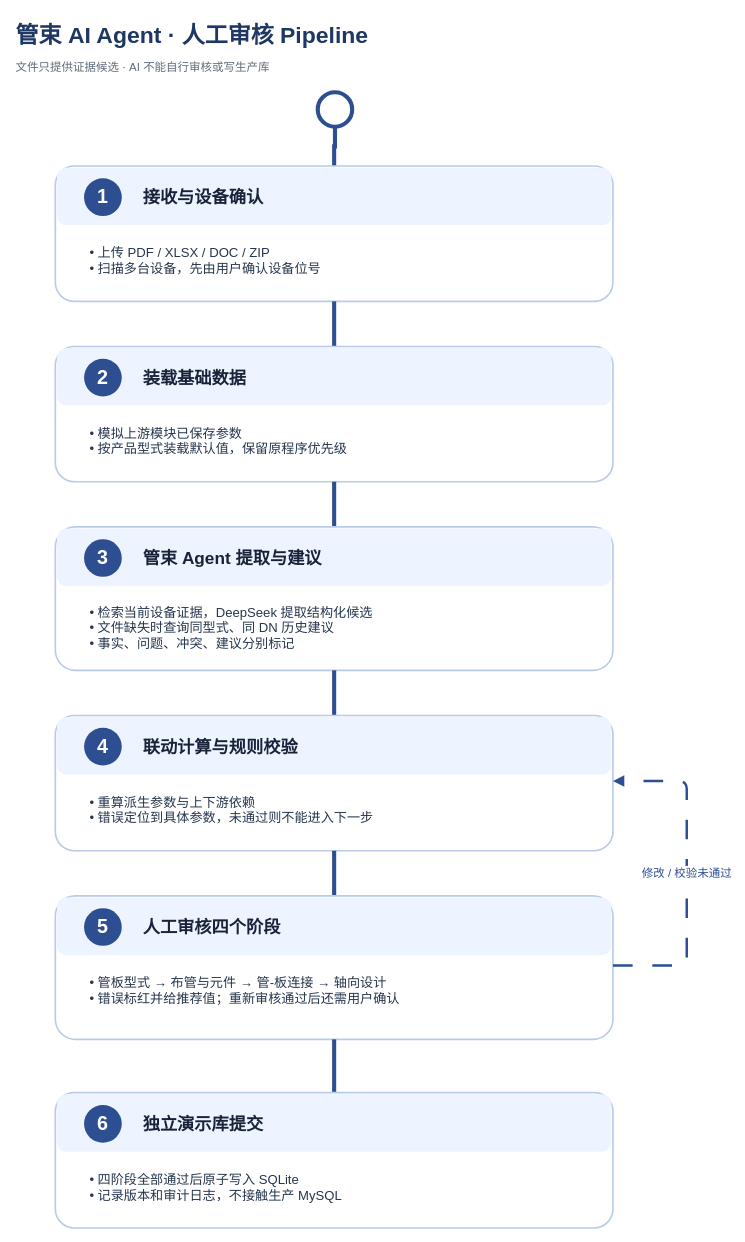
The draw.io diagram page "1-总体Pipeline" (1 of 3) of docs/管束AI审核流-Pipeline.drawio in coconutwatersysdmg/DongLanpec-Agent-Demo, before the edit. Source tidied: cells renumbered, new cells numbered last; positions are measured from the earlier drawing's top-left corner, leaving out a move shared by most shapes. Both pictures are drawn from the tidied source at 82%, with x=0, y=0 at pixel (14, 14).
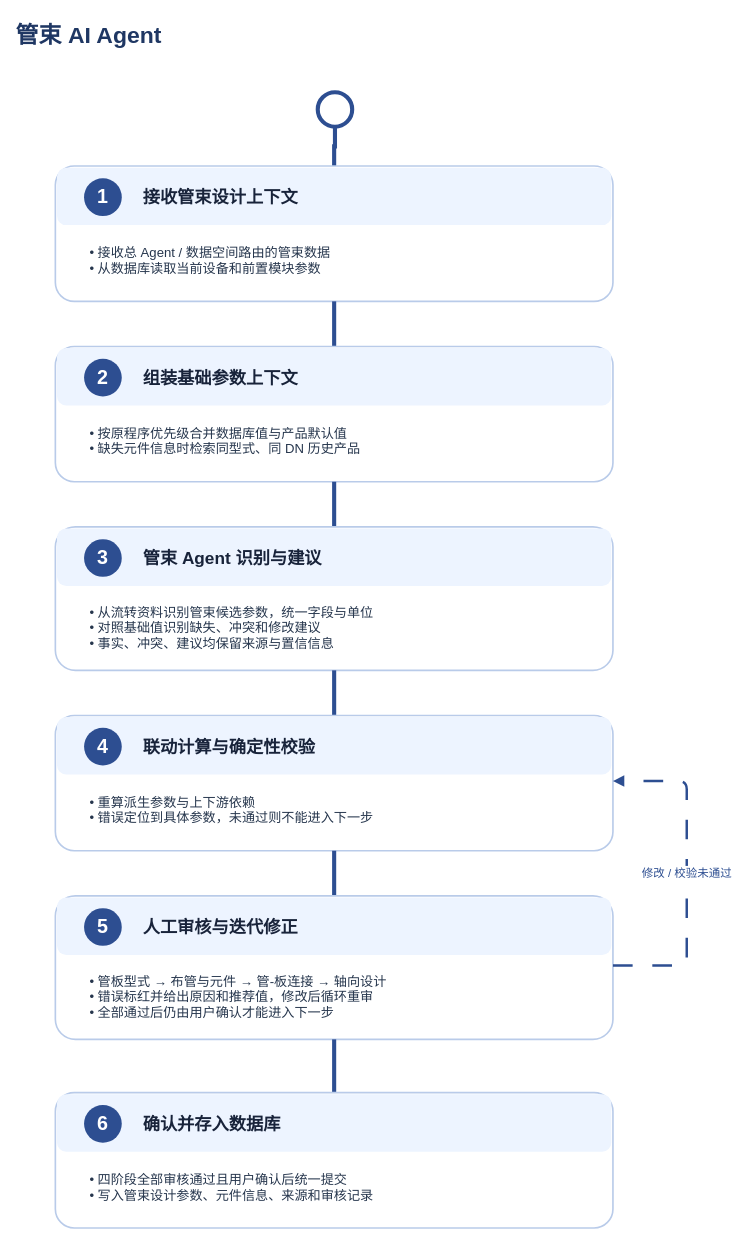
The same page after the edit.

Commit message (it also covers changes not shown here):
docs: revise formal tube-bundle agent pipeline

The edit, as a diff of the source:
```diff
@@
-    <mxCell id="2" value="管束 AI Agent · 人工审核 Pipeline" style="text;html=1;align=left;verticalAlign=middle;fontSize=28;fontStyle=1;fontColor=#1F3763;" parent="1" vertex="1">
+    <mxCell id="2" value="管束 AI Agent" style="text;html=1;align=left;verticalAlign=middle;fontSize=28;fontStyle=1;fontColor=#1F3763;" parent="1" vertex="1">
       <mxGeometry width="720" height="50" as="geometry" />
     </mxCell>
-    <mxCell id="3" value="文件只提供证据候选 · AI 不能自行审核或写生产库" style="text;html=1;align=left;verticalAlign=middle;fontSize=14;fontColor=#5E6B7A;" parent="1" vertex="1">
-      <mxGeometry y="50" width="650" height="30" as="geometry" />
-    </mxCell>
@@
-    <mxCell id="9" value="接收与设备确认" style="text;html=1;align=left;verticalAlign=middle;fontSize=21;fontStyle=1;fontColor=#18233A;" parent="1" vertex="1">
+    <mxCell id="9" value="接收管束设计上下文" style="text;html=1;align=left;verticalAlign=middle;fontSize=21;fontStyle=1;fontColor=#18233A;" parent="1" vertex="1">
       <mxGeometry x="155" y="200" width="360" height="45" as="geometry" />
     </mxCell>
-    <mxCell id="10" value="• 上传 PDF / XLSX / DOC / ZIP&#10;• 扫描多台设备，先由用户确认设备位号" style="text;html=1;align=left;verticalAlign=top;fontSize=16;fontColor=#26364D;spacingTop=10;" parent="1" vertex="1">
+    <mxCell id="10" value="• 接收总 Agent / 数据空间路由的管束数据&#10;• 从数据库读取当前设备和前置模块参数" style="text;html=1;align=left;verticalAlign=top;fontSize=16;fontColor=#26364D;spacingTop=10;" parent="1" vertex="1">
       <mxGeometry x="90" y="265" width="585" height="72" as="geometry" />
     </mxCell>
@@
-    <mxCell id="15" value="装载基础数据" style="text;html=1;align=left;verticalAlign=middle;fontSize=21;fontStyle=1;fontColor=#18233A;" parent="1" vertex="1">
+    <mxCell id="15" value="组装基础参数上下文" style="text;html=1;align=left;verticalAlign=middle;fontSize=21;fontStyle=1;fontColor=#18233A;" parent="1" vertex="1">
       <mxGeometry x="155" y="420" width="360" height="45" as="geometry" />
     </mxCell>
-    <mxCell id="16" value="• 模拟上游模块已保存参数&#10;• 按产品型式装载默认值，保留原程序优先级" style="text;html=1;align=left;verticalAlign=top;fontSize=16;fontColor=#26364D;spacingTop=10;" parent="1" vertex="1">
+    <mxCell id="16" value="• 按原程序优先级合并数据库值与产品默认值&#10;• 缺失元件信息时检索同型式、同 DN 历史产品" style="text;html=1;align=left;verticalAlign=top;fontSize=16;fontColor=#26364D;spacingTop=10;" parent="1" vertex="1">
       <mxGeometry x="90" y="485" width="585" height="72" as="geometry" />
     </mxCell>
@@
-    <mxCell id="21" value="管束 Agent 提取与建议" style="text;html=1;align=left;verticalAlign=middle;fontSize=21;fontStyle=1;fontColor=#18233A;" parent="1" vertex="1">
+    <mxCell id="21" value="管束 Agent 识别与建议" style="text;html=1;align=left;verticalAlign=middle;fontSize=21;fontStyle=1;fontColor=#18233A;" parent="1" vertex="1">
       <mxGeometry x="155" y="640" width="420" height="45" as="geometry" />
     </mxCell>
-    <mxCell id="22" value="• 检索当前设备证据，DeepSeek 提取结构化候选&#10;• 文件缺失时查询同型式、同 DN 历史建议&#10;• 事实、问题、冲突、建议分别标记" style="text;html=1;align=left;verticalAlign=top;fontSize=16;fontColor=#26364D;spacingTop=8;" parent="1" vertex="1">
+    <mxCell id="22" value="• 从流转资料识别管束候选参数，统一字段与单位&#10;• 对照基础值识别缺失、冲突和修改建议&#10;• 事实、冲突、建议均保留来源与置信信息" style="text;html=1;align=left;verticalAlign=top;fontSize=16;fontColor=#26364D;spacingTop=8;" parent="1" vertex="1">
       <mxGeometry x="90" y="705" width="585" height="82" as="geometry" />
     </mxCell>
@@
-    <mxCell id="27" value="联动计算与规则校验" style="text;html=1;align=left;verticalAlign=middle;fontSize=21;fontStyle=1;fontColor=#18233A;" parent="1" vertex="1">
+    <mxCell id="27" value="联动计算与确定性校验" style="text;html=1;align=left;verticalAlign=middle;fontSize=21;fontStyle=1;fontColor=#18233A;" parent="1" vertex="1">
       <mxGeometry x="155" y="870" width="400" height="45" as="geometry" />
     </mxCell>
@@
-    <mxCell id="33" value="人工审核四个阶段" style="text;html=1;align=left;verticalAlign=middle;fontSize=21;fontStyle=1;fontColor=#18233A;" parent="1" vertex="1">
+    <mxCell id="33" value="人工审核与迭代修正" style="text;html=1;align=left;verticalAlign=middle;fontSize=21;fontStyle=1;fontColor=#18233A;" parent="1" vertex="1">
       <mxGeometry x="155" y="1090" width="400" height="45" as="geometry" />
     </mxCell>
-    <mxCell id="34" value="• 管板型式 → 布管与元件 → 管-板连接 → 轴向设计&#10;• 错误标红并给推荐值；重新审核通过后还需用户确认" style="text;html=1;align=left;verticalAlign=top;fontSize=16;fontColor=#26364D;spacingTop=10;" parent="1" vertex="1">
+    <mxCell id="34" value="• 管板型式 → 布管与元件 → 管-板连接 → 轴向设计&#10;• 错误标红并给出原因和推荐值，修改后循环重审&#10;• 全部通过后仍由用户确认才能进入下一步" style="text;html=1;align=left;verticalAlign=top;fontSize=16;fontColor=#26364D;spacingTop=8;" parent="1" vertex="1">
       <mxGeometry x="90" y="1155" width="590" height="78" as="geometry" />
     </mxCell>
@@
-    <mxCell id="40" value="独立演示库提交" style="text;html=1;align=left;verticalAlign=middle;fontSize=21;fontStyle=1;fontColor=#18233A;" parent="1" vertex="1">
+    <mxCell id="40" value="确认并存入数据库" style="text;html=1;align=left;verticalAlign=middle;fontSize=21;fontStyle=1;fontColor=#18233A;" parent="1" vertex="1">
       <mxGeometry x="155" y="1330" width="400" height="45" as="geometry" />
     </mxCell>
-    <mxCell id="41" value="• 四阶段全部通过后原子写入 SQLite&#10;• 记录版本和审计日志，不接触生产 MySQL" style="text;html=1;align=left;verticalAlign=top;fontSize=16;fontColor=#26364D;spacingTop=10;" parent="1" vertex="1">
+    <mxCell id="41" value="• 四阶段全部审核通过且用户确认后统一提交&#10;• 写入管束设计参数、元件信息、来源和审核记录" style="text;html=1;align=left;verticalAlign=top;fontSize=16;fontColor=#26364D;spacingTop=10;" parent="1" vertex="1">
       <mxGeometry x="90" y="1395" width="590" height="72" as="geometry" />
     </mxCell>
```
